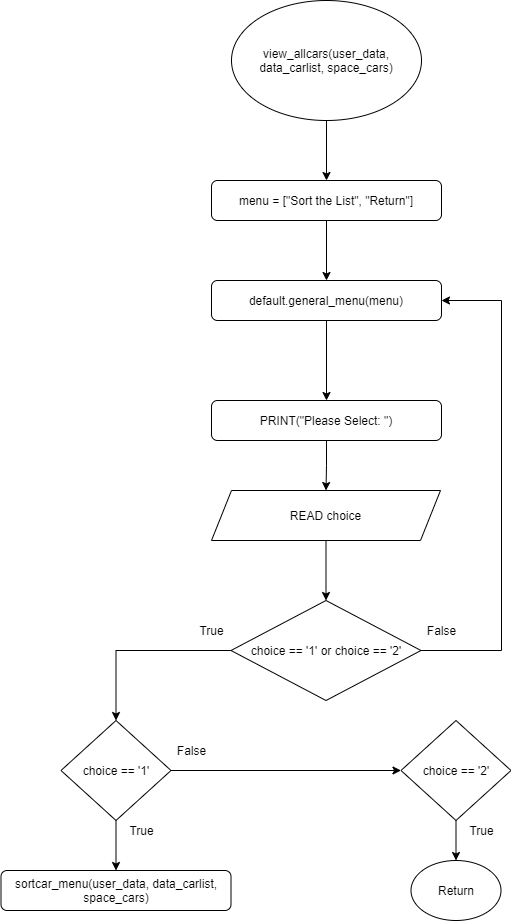
This is Flowchart/clients/view_allcars.png from RabbitBear00/Car-Rental-System, a draw.io export, as it was before one commit. Source tidied: cells renumbered, new cells last; positions are measured from the earlier drawing's top-left corner, leaving out a move shared by most shapes. The source it was exported from:
```xml
<mxGraphModel>
  <root>
    <mxCell id="0" />
    <mxCell id="1" parent="0" />
    <mxCell id="2" style="edgeStyle=orthogonalEdgeStyle;rounded=0;jettySize=auto;html=1;" parent="1" edge="1" source="3" target="5">
      <mxGeometry relative="1" as="geometry" />
    </mxCell>
    <mxCell id="3" value="view_allcars(user_data, data_carlist, space_cars)" style="ellipse;whiteSpace=wrap;html=1;" parent="1" vertex="1">
      <mxGeometry x="230" width="190" height="120" as="geometry" />
    </mxCell>
    <mxCell id="4" style="edgeStyle=orthogonalEdgeStyle;rounded=0;jettySize=auto;html=1;" parent="1" edge="1" source="5" target="7">
      <mxGeometry relative="1" as="geometry" />
    </mxCell>
    <mxCell id="5" value="menu = [&quot;Sort the List&quot;, &quot;Return&quot;]" style="rounded=1;whiteSpace=wrap;html=1;" parent="1" vertex="1">
      <mxGeometry x="210" y="180" width="230" height="40" as="geometry" />
    </mxCell>
    <mxCell id="6" style="edgeStyle=orthogonalEdgeStyle;rounded=0;jettySize=auto;html=1;" parent="1" edge="1" source="7" target="9">
      <mxGeometry relative="1" as="geometry" />
    </mxCell>
    <mxCell id="7" value="default.general_menu(menu)" style="rounded=1;whiteSpace=wrap;html=1;" parent="1" vertex="1">
      <mxGeometry x="210" y="280" width="230" height="40" as="geometry" />
    </mxCell>
    <mxCell id="8" style="edgeStyle=orthogonalEdgeStyle;rounded=0;jettySize=auto;html=1;" parent="1" edge="1" source="9" target="11">
      <mxGeometry relative="1" as="geometry" />
    </mxCell>
    <mxCell id="9" value="PRINT(&quot;Please Select: &quot;)" style="rounded=1;whiteSpace=wrap;html=1;" parent="1" vertex="1">
      <mxGeometry x="210" y="400" width="230" height="40" as="geometry" />
    </mxCell>
    <mxCell id="10" style="edgeStyle=orthogonalEdgeStyle;rounded=0;jettySize=auto;html=1;" parent="1" edge="1" source="11" target="14">
      <mxGeometry relative="1" as="geometry" />
    </mxCell>
    <mxCell id="11" value="READ choice" style="shape=parallelogram;perimeter=parallelogramPerimeter;whiteSpace=wrap;html=1;fixedSize=1;" parent="1" vertex="1">
      <mxGeometry x="210" y="490" width="229" height="50" as="geometry" />
    </mxCell>
    <mxCell id="12" style="edgeStyle=orthogonalEdgeStyle;rounded=0;jettySize=auto;html=1;entryX=1;entryY=0.5;entryDx=0;entryDy=0;" parent="1" edge="1" source="14" target="7">
      <mxGeometry relative="1" as="geometry">
        <Array as="points">
          <mxPoint x="500" y="650" />
          <mxPoint x="500" y="300" />
        </Array>
      </mxGeometry>
    </mxCell>
    <mxCell id="13" style="edgeStyle=orthogonalEdgeStyle;rounded=0;jettySize=auto;html=1;exitX=0;exitY=0.5;exitDx=0;exitDy=0;entryX=0.5;entryY=0;entryDx=0;entryDy=0;" parent="1" edge="1" source="14" target="17">
      <mxGeometry relative="1" as="geometry" />
    </mxCell>
    <mxCell id="14" value="choice == '1' or choice == '2'" style="rhombus;whiteSpace=wrap;html=1;" parent="1" vertex="1">
      <mxGeometry x="229.5" y="600" width="190" height="100" as="geometry" />
    </mxCell>
    <mxCell id="15" style="edgeStyle=orthogonalEdgeStyle;rounded=0;jettySize=auto;html=1;" parent="1" edge="1" source="17" target="20">
      <mxGeometry relative="1" as="geometry" />
    </mxCell>
    <mxCell id="16" style="edgeStyle=orthogonalEdgeStyle;rounded=0;jettySize=auto;html=1;entryX=0;entryY=0.5;entryDx=0;entryDy=0;" parent="1" edge="1" source="17" target="19">
      <mxGeometry relative="1" as="geometry" />
    </mxCell>
    <mxCell id="17" value="choice == '1'" style="rhombus;whiteSpace=wrap;html=1;" parent="1" vertex="1">
      <mxGeometry x="59.5" y="720" width="110" height="100" as="geometry" />
    </mxCell>
    <mxCell id="18" style="edgeStyle=orthogonalEdgeStyle;rounded=0;jettySize=auto;html=1;" parent="1" edge="1" source="19" target="21">
      <mxGeometry relative="1" as="geometry" />
    </mxCell>
    <mxCell id="19" value="choice == '2'" style="rhombus;whiteSpace=wrap;html=1;" parent="1" vertex="1">
      <mxGeometry x="399.5" y="720" width="110" height="100" as="geometry" />
    </mxCell>
    <mxCell id="20" value="sortcar_menu(user_data, data_carlist, space_cars)" style="rounded=1;whiteSpace=wrap;html=1;" parent="1" vertex="1">
      <mxGeometry x="-0.5" y="870" width="230" height="40" as="geometry" />
    </mxCell>
    <mxCell id="21" value="Return" style="ellipse;whiteSpace=wrap;html=1;" parent="1" vertex="1">
      <mxGeometry x="409.5" y="860" width="90" height="60" as="geometry" />
    </mxCell>
    <mxCell id="22" value="False" style="text;html=1;align=center;verticalAlign=middle;strokeColor=none;" parent="1" vertex="1">
      <mxGeometry x="170" y="740" width="40" height="20" as="geometry" />
    </mxCell>
    <mxCell id="23" value="True" style="text;html=1;align=center;verticalAlign=middle;strokeColor=none;" parent="1" vertex="1">
      <mxGeometry x="120" y="820" width="40" height="20" as="geometry" />
    </mxCell>
    <mxCell id="24" value="True" style="text;html=1;align=center;verticalAlign=middle;strokeColor=none;" parent="1" vertex="1">
      <mxGeometry x="459.5" y="820" width="40" height="20" as="geometry" />
    </mxCell>
    <mxCell id="25" value="True" style="text;html=1;align=center;verticalAlign=middle;strokeColor=none;" parent="1" vertex="1">
      <mxGeometry x="190" y="620" width="40" height="20" as="geometry" />
    </mxCell>
    <mxCell id="26" value="False" style="text;html=1;align=center;verticalAlign=middle;strokeColor=none;" parent="1" vertex="1">
      <mxGeometry x="420" y="620" width="40" height="20" as="geometry" />
    </mxCell>
  </root>
</mxGraphModel>
```
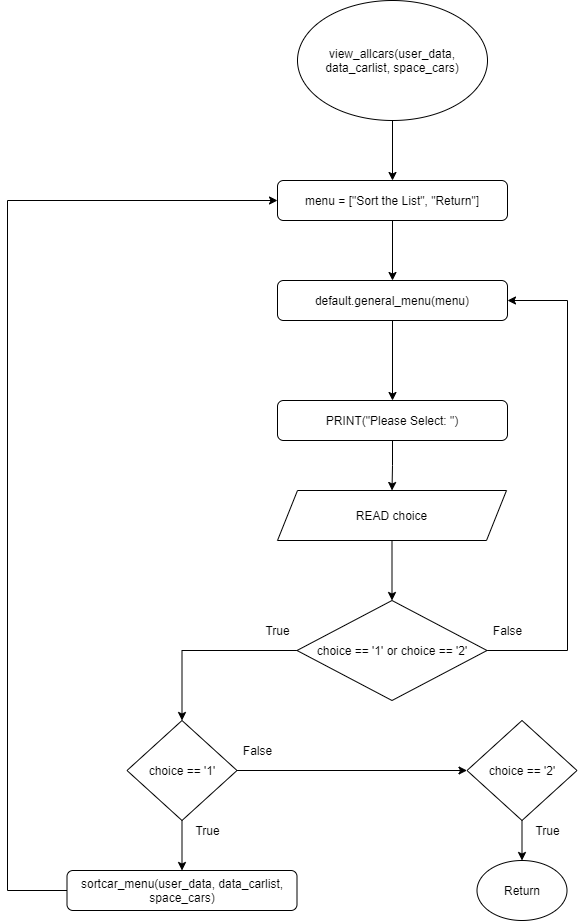
Above is the later version.

Diff of the diagram source:
```diff
@@ -61,6 +61,14 @@
     <mxCell id="19" value="choice == '2'" style="rhombus;whiteSpace=wrap;html=1;" parent="1" vertex="1">
       <mxGeometry x="399.5" y="720" width="110" height="100" as="geometry" />
     </mxCell>
+    <mxCell id="27" style="edgeStyle=orthogonalEdgeStyle;rounded=0;jettySize=auto;html=1;entryX=0;entryY=0.5;entryDx=0;entryDy=0;" parent="1" edge="1" source="20" target="5">
+      <mxGeometry relative="1" as="geometry">
+        <Array as="points">
+          <mxPoint x="-60" y="890" />
+          <mxPoint x="-60" y="200" />
+        </Array>
+      </mxGeometry>
+    </mxCell>
     <mxCell id="20" value="sortcar_menu(user_data, data_carlist, space_cars)" style="rounded=1;whiteSpace=wrap;html=1;" parent="1" vertex="1">
       <mxGeometry x="-0.5" y="870" width="230" height="40" as="geometry" />
     </mxCell>
```
